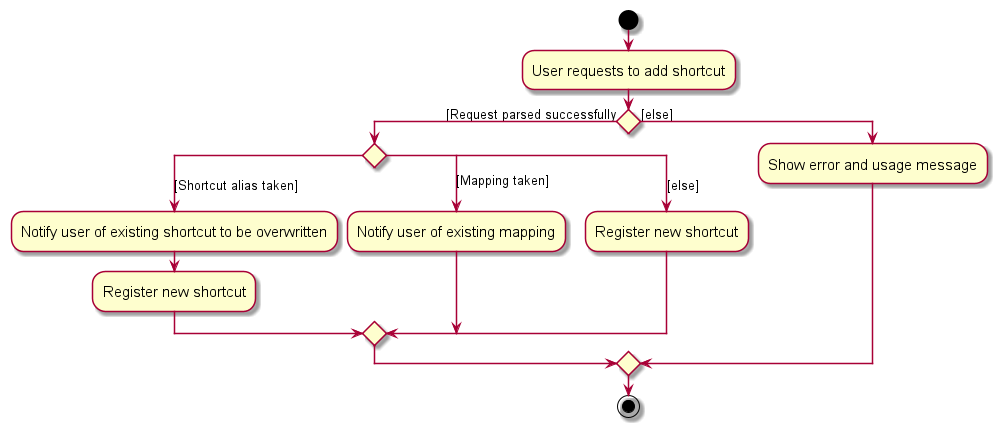
Before: docs/images/AddShortcutActivityDiagram.png, a diagram exported from PlantUML (nus-cs2103-AY2324S1/tp).
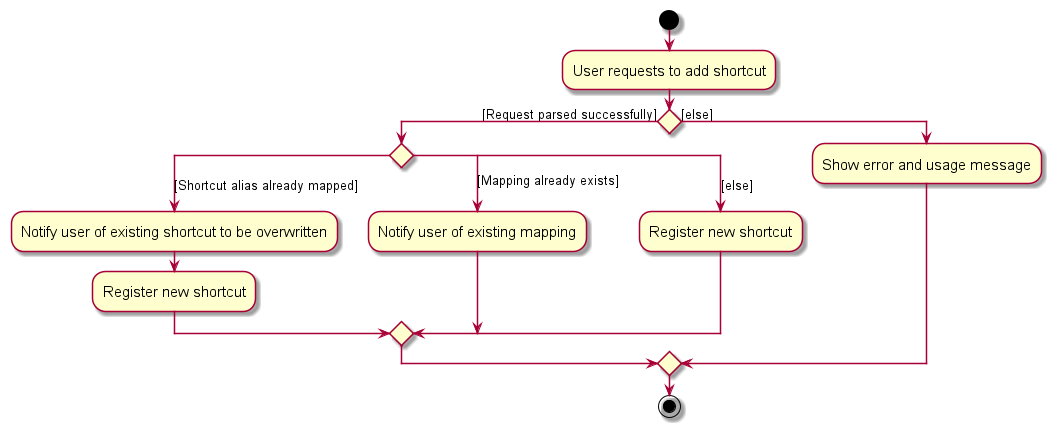
The same diagram one commit later.

Change to the diagram source:
```diff
@@ -5,12 +5,12 @@
 start
 :User requests to add shortcut;
 
-if () then ([Request parsed successfully)
+if () then ([Request parsed successfully])
     switch ()
-    case ([Shortcut alias taken])
+    case ([Shortcut alias already mapped])
         :Notify user of existing shortcut to be overwritten;
         :Register new shortcut;
-    case ([Mapping taken])
+    case ([Mapping already exists])
         :Notify user of existing mapping;
     case ([else])
         :Register new shortcut;
```
